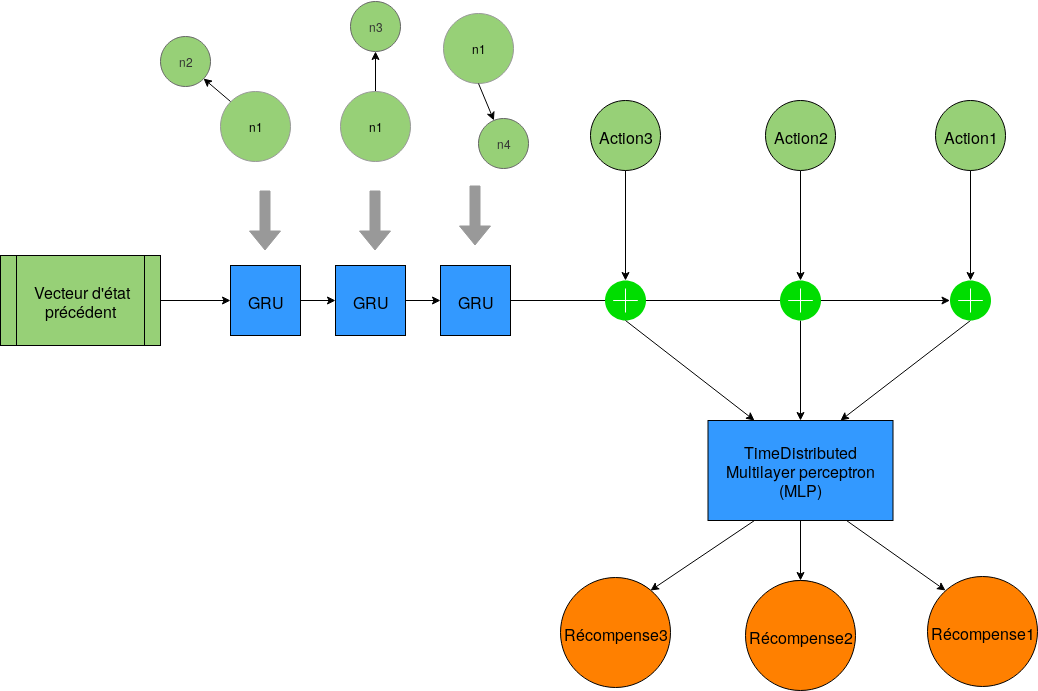
This is images/Conception/DM/encoder_dqn.png from Wissben/Master-Thesis, a draw.io export, as it was before one commit. Source tidied: cells renumbered, new cells last; positions are measured from the earlier drawing's top-left corner, leaving out a move shared by most shapes.
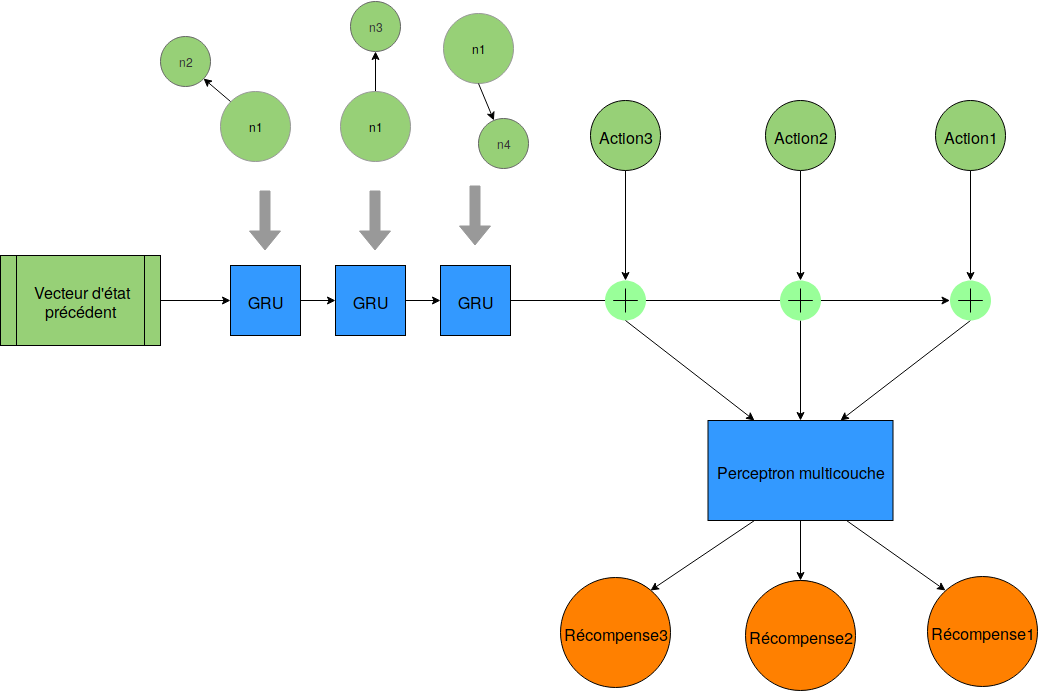
The same file after the commit.

The edit, as a diff of the source:
```diff
@@ -59,7 +59,7 @@
     <mxCell id="17" style="edgeStyle=orthogonalEdgeStyle;rounded=0;jettySize=auto;html=1;exitX=0.5;exitY=1;exitDx=0;exitDy=0;entryX=0.5;entryY=0;entryDx=0;entryDy=0;strokeColor=#000000;fillColor=#999999;" parent="1" edge="1" source="18" target="23">
       <mxGeometry relative="1" as="geometry" />
     </mxCell>
-    <mxCell id="18" value="&lt;font style=&quot;font-size: 16px&quot;&gt;TimeDistributed Multilayer perceptron (MLP)&lt;/font&gt;" style="rounded=0;whiteSpace=wrap;html=1;strokeColor=#000000;fillColor=#3399FF;" parent="1" vertex="1">
+    <mxCell id="18" value="&lt;font style=&quot;font-size: 16px&quot;&gt;Perceptron multicouche&lt;/font&gt;" style="rounded=0;whiteSpace=wrap;html=1;strokeColor=#000000;fillColor=#3399FF;" parent="1" vertex="1">
       <mxGeometry x="707.5" y="420" width="185" height="100" as="geometry" />
     </mxCell>
     <mxCell id="19" value="&lt;div&gt;&lt;font style=&quot;font-size: 16px&quot;&gt;Action1&lt;/font&gt;&lt;/div&gt;" style="ellipse;whiteSpace=wrap;html=1;strokeColor=#000000;fillColor=#97D077;" parent="1" vertex="1">
@@ -83,7 +83,7 @@
     <mxCell id="25" style="edgeStyle=orthogonalEdgeStyle;rounded=0;jettySize=auto;html=1;exitX=0.5;exitY=1;exitDx=0;exitDy=0;exitPerimeter=0;entryX=0.5;entryY=0;entryDx=0;entryDy=0;strokeColor=#000000;fillColor=#999999;" parent="1" edge="1" source="26" target="18">
       <mxGeometry relative="1" as="geometry" />
     </mxCell>
-    <mxCell id="26" style="html=1;verticalLabelPosition=bottom;labelBackgroundColor=#ffffff;verticalAlign=top;shadow=0;dashed=0;strokeWidth=2;shape=mxgraph.ios7.misc.add;fillColor=#00dd00;strokeColor=#ffffff;" parent="1" vertex="1">
+    <mxCell id="26" style="html=1;verticalLabelPosition=bottom;labelBackgroundColor=#ffffff;verticalAlign=top;shadow=0;dashed=0;strokeWidth=2;shape=mxgraph.ios7.misc.add;fillColor=#99FF99;strokeColor=#000000;" parent="1" vertex="1">
       <mxGeometry x="779.5" y="280" width="41" height="40" as="geometry" />
     </mxCell>
     <mxCell id="27" style="endArrow=classic;html=1;strokeColor=#000000;fillColor=#999999;exitX=0.5;exitY=1;exitDx=0;exitDy=0;entryX=0.5;entryY=0;entryDx=0;entryDy=0;entryPerimeter=0;" parent="1" edge="1" source="19" target="30">
@@ -95,10 +95,10 @@
     <mxCell id="29" style="endArrow=classic;html=1;strokeColor=#000000;fillColor=#999999;exitX=0.5;exitY=1;exitDx=0;exitDy=0;exitPerimeter=0;entryX=0.716;entryY=0;entryDx=0;entryDy=0;entryPerimeter=0;" parent="1" edge="1" source="30" target="18">
       <mxGeometry relative="1" as="geometry" />
     </mxCell>
-    <mxCell id="30" style="html=1;verticalLabelPosition=bottom;labelBackgroundColor=#ffffff;verticalAlign=top;shadow=0;dashed=0;strokeWidth=2;shape=mxgraph.ios7.misc.add;fillColor=#00dd00;strokeColor=#ffffff;" parent="1" vertex="1">
+    <mxCell id="30" style="html=1;verticalLabelPosition=bottom;labelBackgroundColor=#ffffff;verticalAlign=top;shadow=0;dashed=0;strokeWidth=2;shape=mxgraph.ios7.misc.add;fillColor=#99FF99;strokeColor=#000000;" parent="1" vertex="1">
       <mxGeometry x="949.5" y="280" width="41" height="40" as="geometry" />
     </mxCell>
-    <mxCell id="31" style="html=1;verticalLabelPosition=bottom;labelBackgroundColor=#ffffff;verticalAlign=top;shadow=0;dashed=0;strokeWidth=2;shape=mxgraph.ios7.misc.add;fillColor=#00dd00;strokeColor=#ffffff;" parent="1" vertex="1">
+    <mxCell id="31" style="html=1;verticalLabelPosition=bottom;labelBackgroundColor=#ffffff;verticalAlign=top;shadow=0;dashed=0;strokeWidth=2;shape=mxgraph.ios7.misc.add;fillColor=#99FF99;strokeColor=#000000;" parent="1" vertex="1">
       <mxGeometry x="604.5" y="280" width="41" height="40" as="geometry" />
     </mxCell>
     <mxCell id="32" style="endArrow=classic;html=1;strokeColor=#000000;fillColor=#999999;exitX=0.5;exitY=1;exitDx=0;exitDy=0;exitPerimeter=0;entryX=0.25;entryY=0;entryDx=0;entryDy=0;" parent="1" edge="1" source="31" target="18">
```
